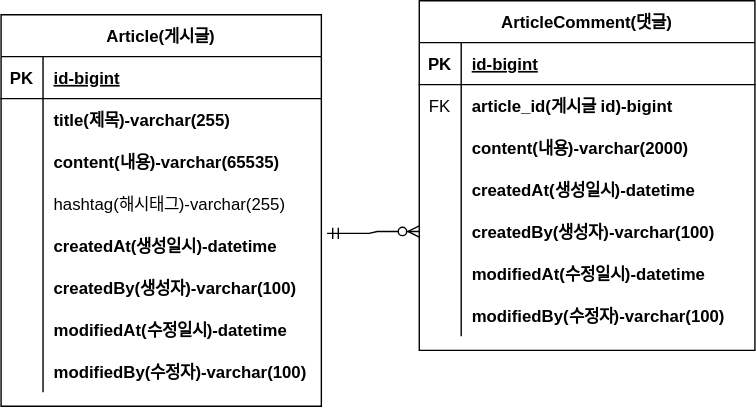
JEONGBEOMKO/Project-SpringBoot-Board keeps this draw.io diagram as document/project-spring-board.svg. Above is the earlier version. Source tidied: cells renumbered, new cells last; positions are measured from the earlier drawing's top-left corner, leaving out a move shared by most shapes.
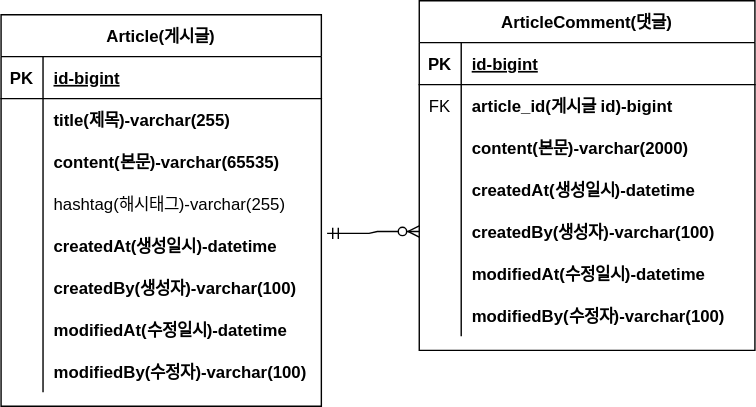
The same file after the commit.

Commit message:
#12 - ERD 주석 업데이트 :  project-spring-board.svg 업데이트

Change to the diagram source:
```diff
@@ -29,7 +29,7 @@
     <mxCell id="10" style="shape=partialRectangle;fillColor=none;top=0;left=0;bottom=0;right=0;overflow=hidden;" parent="9" vertex="1">
       <mxGeometry width="30" height="30" as="geometry" />
     </mxCell>
-    <mxCell id="11" value="content(내용)-varchar(65535)" style="shape=partialRectangle;fillColor=none;top=0;left=0;bottom=0;right=0;align=left;spacingLeft=6;overflow=hidden;fontStyle=1;" parent="9" vertex="1">
+    <mxCell id="11" value="content(본문)-varchar(65535)" style="shape=partialRectangle;fillColor=none;top=0;left=0;bottom=0;right=0;align=left;spacingLeft=6;overflow=hidden;fontStyle=1;" parent="9" vertex="1">
       <mxGeometry x="30" width="199" height="30" as="geometry" />
     </mxCell>
     <mxCell id="12" style="shape=tableRow;horizontal=0;startSize=0;swimlaneHead=0;swimlaneBody=0;fillColor=none;top=0;left=0;right=0;bottom=0;" parent="2" vertex="1">
@@ -104,7 +104,7 @@
     <mxCell id="35" style="shape=partialRectangle;fillColor=none;top=0;left=0;bottom=0;right=0;overflow=hidden;" parent="34" vertex="1">
       <mxGeometry width="30" height="30" as="geometry" />
     </mxCell>
-    <mxCell id="36" value="content(내용)-varchar(2000)" style="shape=partialRectangle;fillColor=none;top=0;left=0;bottom=0;right=0;align=left;spacingLeft=6;overflow=hidden;fontStyle=1;" parent="34" vertex="1">
+    <mxCell id="36" value="content(본문)-varchar(2000)" style="shape=partialRectangle;fillColor=none;top=0;left=0;bottom=0;right=0;align=left;spacingLeft=6;overflow=hidden;fontStyle=1;" parent="34" vertex="1">
       <mxGeometry x="30" width="210" height="30" as="geometry" />
     </mxCell>
     <mxCell id="37" style="shape=tableRow;horizontal=0;startSize=0;swimlaneHead=0;swimlaneBody=0;fillColor=none;top=0;left=0;right=0;bottom=0;" parent="27" vertex="1">
```
